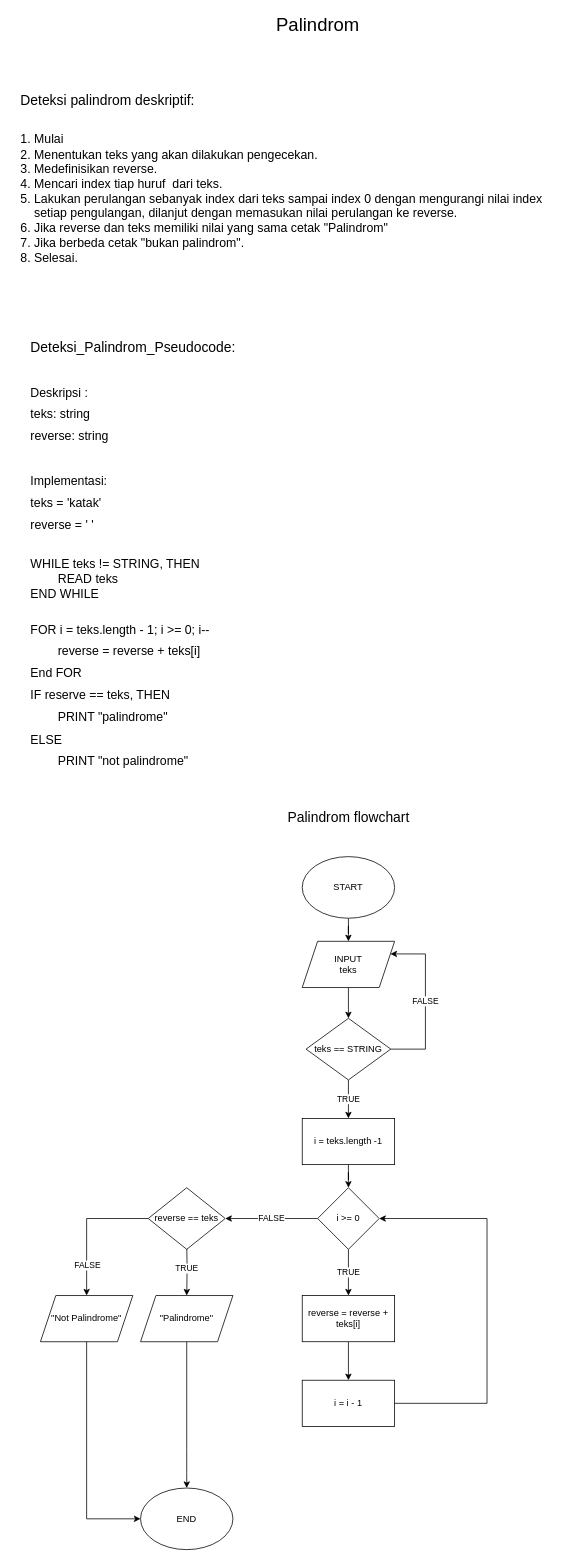
The draw.io diagram Palindrom.drawio in rintosaputro/fw5-algoritma, before the edit. Source tidied: cells renumbered, new cells numbered last; positions are measured from the earlier drawing's top-left corner, leaving out a move shared by most shapes. Both pictures are drawn from the tidied source at 77%, with x=0, y=0 at pixel (13, 13).
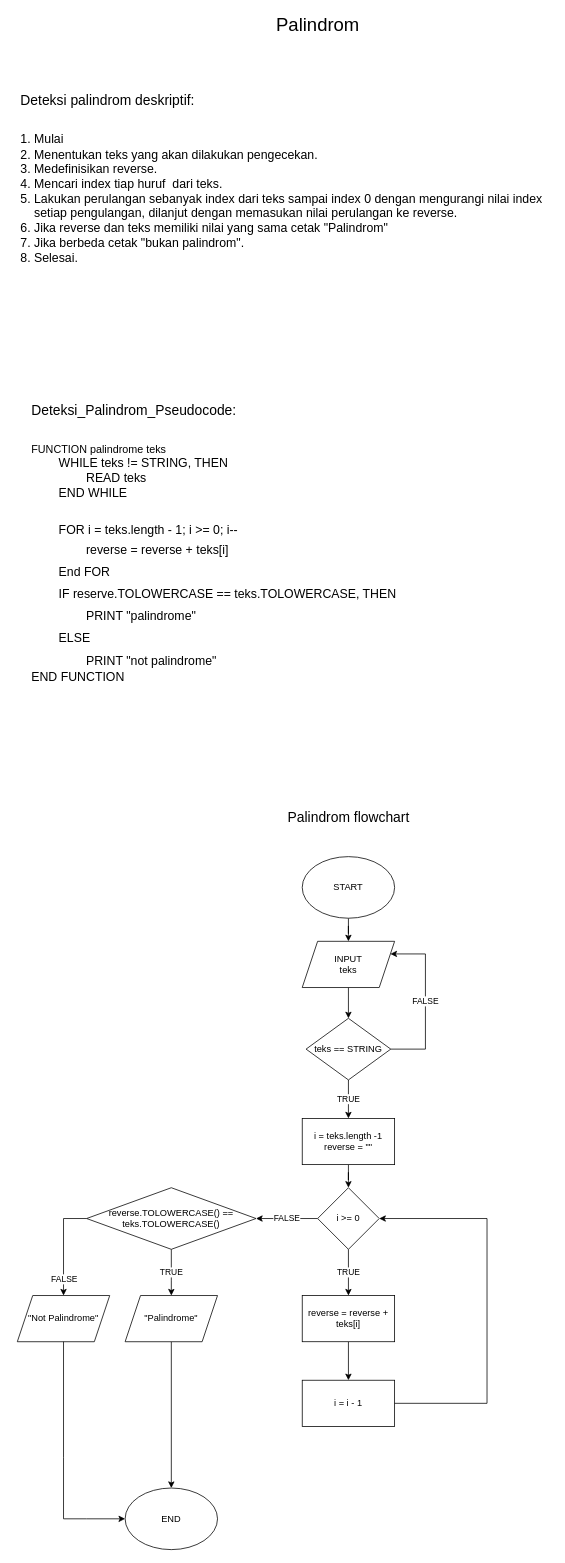
Above is the later version.

Commit message (it also covers changes not shown here):
perbaikan flowchart

What changed in the source:
```diff
@@
-    <mxCell id="7" value="i = teks.length -1" style="rounded=0;whiteSpace=wrap;html=1;" parent="1" vertex="1">
+    <mxCell id="7" value="i = teks.length -1&lt;br&gt;reverse = &quot;&quot;" style="rounded=0;whiteSpace=wrap;html=1;" parent="1" vertex="1">
       <mxGeometry x="375" y="1435" width="120" height="60" as="geometry" />
     </mxCell>
@@
-    <mxCell id="15" value="TRUE" style="edgeStyle=orthogonalEdgeStyle;rounded=0;jettySize=auto;html=1;" parent="1" edge="1" target="16">
+    <mxCell id="15" value="TRUE" style="edgeStyle=orthogonalEdgeStyle;rounded=0;jettySize=auto;html=1;exitX=0.5;exitY=1;exitDx=0;exitDy=0;" parent="1" edge="1" source="24" target="16">
       <mxGeometry relative="1" as="geometry">
-        <mxPoint x="225" y="1595" as="sourcePoint" />
+        <Array as="points">
+          <mxPoint x="205" y="1645" />
+          <mxPoint x="205" y="1645" />
+        </Array>
       </mxGeometry>
     </mxCell>
+    <mxCell id="21" style="edgeStyle=orthogonalEdgeStyle;rounded=0;jettySize=auto;html=1;" parent="1" edge="1" source="16" target="20">
+      <mxGeometry relative="1" as="geometry" />
+    </mxCell>
     <mxCell id="16" value="&quot;Palindrome&quot;" style="shape=parallelogram;perimeter=parallelogramPerimeter;whiteSpace=wrap;html=1;fixedSize=1;" parent="1" vertex="1">
-      <mxGeometry x="165" y="1665" width="120" height="60" as="geometry" />
+      <mxGeometry x="145" y="1665" width="120" height="60" as="geometry" />
     </mxCell>
     <mxCell id="17" value="&quot;Not Palindrome&quot;" style="shape=parallelogram;perimeter=parallelogramPerimeter;whiteSpace=wrap;html=1;fixedSize=1;" parent="1" vertex="1">
-      <mxGeometry x="35" y="1665" width="120" height="60" as="geometry" />
+      <mxGeometry x="5" y="1665" width="120" height="60" as="geometry" />
     </mxCell>
     <mxCell id="18" style="endArrow=classic;html=1;rounded=0;exitX=0;exitY=0.5;exitDx=0;exitDy=0;" parent="1" edge="1" source="24" target="17">
       <mxGeometry relative="1" as="geometry">
         <Array as="points">
           <mxPoint x="95" y="1565" />
+          <mxPoint x="65" y="1565" />
         </Array>
       </mxGeometry>
     </mxCell>
@@
     <mxCell id="20" value="END" style="ellipse;whiteSpace=wrap;html=1;" parent="1" vertex="1">
-      <mxGeometry x="165" y="1915" width="120" height="80" as="geometry" />
+      <mxGeometry x="145" y="1915" width="120" height="80" as="geometry" />
     </mxCell>
-    <mxCell id="21" style="endArrow=classic;html=1;rounded=0;exitX=0.5;exitY=1;exitDx=0;exitDy=0;entryX=0.5;entryY=0;entryDx=0;entryDy=0;" parent="1" edge="1" source="16" target="20">
-      <mxGeometry relative="1" as="geometry">
-        <Array as="points">
-          <mxPoint x="225" y="1865" />
-          <mxPoint x="225" y="1875" />
-          <mxPoint x="225" y="1895" />
-        </Array>
-      </mxGeometry>
-    </mxCell>
     <mxCell id="22" style="endArrow=classic;html=1;rounded=0;exitX=0.5;exitY=1;exitDx=0;exitDy=0;entryX=0;entryY=0.5;entryDx=0;entryDy=0;" parent="1" edge="1" source="17" target="20">
       <mxGeometry relative="1" as="geometry">
         <Array as="points">
+          <mxPoint x="65" y="1875" />
+          <mxPoint x="65" y="1955" />
           <mxPoint x="95" y="1955" />
         </Array>
       </mxGeometry>
     </mxCell>
@@
-    <mxCell id="24" value="reverse == teks" style="rhombus;whiteSpace=wrap;html=1;" parent="1" vertex="1">
-      <mxGeometry x="175" y="1525" width="100" height="80" as="geometry" />
+    <mxCell id="24" value="reverse.TOLOWERCASE() == teks.TOLOWERCASE()" style="rhombus;whiteSpace=wrap;html=1;" parent="1" vertex="1">
+      <mxGeometry x="95" y="1525" width="220" height="80" as="geometry" />
     </mxCell>
-    <mxCell id="25" value="&lt;div style=&quot;font-size: 24px ; text-align: left&quot;&gt;&lt;font style=&quot;font-size: 18px&quot;&gt;Deteksi_Palindrom_Pseudocode:&lt;/font&gt;&lt;/div&gt;&lt;div style=&quot;font-size: 24px ; text-align: left&quot;&gt;&lt;font size=&quot;3&quot;&gt;&lt;br&gt;&lt;/font&gt;&lt;/div&gt;&lt;div style=&quot;font-size: 24px ; text-align: left&quot;&gt;&lt;font size=&quot;3&quot;&gt;Deskripsi :&amp;nbsp;&lt;/font&gt;&lt;/div&gt;&lt;div style=&quot;font-size: 24px ; text-align: left&quot;&gt;&lt;font size=&quot;3&quot;&gt;teks: string&lt;/font&gt;&lt;/div&gt;&lt;div style=&quot;font-size: 24px ; text-align: left&quot;&gt;&lt;font size=&quot;3&quot;&gt;reverse: string&lt;/font&gt;&lt;/div&gt;&lt;div style=&quot;font-size: 24px ; text-align: left&quot;&gt;&lt;font size=&quot;3&quot;&gt;&lt;br&gt;&lt;/font&gt;&lt;/div&gt;&lt;div style=&quot;font-size: 24px ; text-align: left&quot;&gt;&lt;font size=&quot;3&quot;&gt;Implementasi:&lt;/font&gt;&lt;/div&gt;&lt;div style=&quot;font-size: 24px ; text-align: left&quot;&gt;&lt;font size=&quot;3&quot;&gt;teks = 'katak'&lt;/font&gt;&lt;/div&gt;&lt;div style=&quot;font-size: 24px ; text-align: left&quot;&gt;&lt;font size=&quot;3&quot;&gt;reverse = ' '&lt;/font&gt;&lt;/div&gt;&lt;div style=&quot;font-size: 24px ; text-align: left&quot;&gt;&lt;br&gt;&lt;/div&gt;&lt;div style=&quot;text-align: left&quot;&gt;&lt;font size=&quot;3&quot;&gt;WHILE teks != STRING, THEN&lt;/font&gt;&lt;/div&gt;&lt;div style=&quot;text-align: left&quot;&gt;&lt;font size=&quot;3&quot;&gt;&lt;span&gt;&#9;&lt;/span&gt;&lt;span style=&quot;white-space: pre&quot;&gt;&#9;&lt;/span&gt;READ teks&lt;/font&gt;&lt;/div&gt;&lt;div style=&quot;text-align: left&quot;&gt;&lt;span style=&quot;font-size: medium&quot;&gt;END WHILE&lt;/span&gt;&lt;/div&gt;&lt;div style=&quot;font-size: 24px ; text-align: left&quot;&gt;&lt;font size=&quot;3&quot;&gt;&lt;br&gt;&lt;/font&gt;&lt;/div&gt;&lt;div style=&quot;font-size: 24px ; text-align: left&quot;&gt;&lt;div style=&quot;font-size: 12px&quot;&gt;&lt;span style=&quot;font-size: medium&quot;&gt;FOR i = teks.length - 1; i &amp;gt;= 0; i--&amp;nbsp;&lt;/span&gt;&lt;/div&gt;&lt;div&gt;&lt;font size=&quot;3&quot;&gt;&lt;span&gt;&#9;&lt;/span&gt;&lt;span style=&quot;white-space: pre&quot;&gt;&#9;&lt;/span&gt;reverse = reverse + teks[i]&amp;nbsp;&lt;/font&gt;&lt;/div&gt;&lt;div&gt;&lt;font size=&quot;3&quot;&gt;End FOR&lt;/font&gt;&lt;/div&gt;&lt;div&gt;&lt;div&gt;&lt;font size=&quot;3&quot;&gt;IF reserve == teks, THEN&lt;/font&gt;&lt;/div&gt;&lt;div&gt;&lt;font size=&quot;3&quot;&gt;&lt;span&gt;&#9;&lt;/span&gt;&lt;span style=&quot;white-space: pre&quot;&gt;&#9;&lt;/span&gt;PRINT &quot;palindrome&quot;&lt;br&gt;&lt;/font&gt;&lt;/div&gt;&lt;div&gt;&lt;font size=&quot;3&quot;&gt;ELSE&lt;/font&gt;&lt;/div&gt;&lt;div&gt;&lt;font size=&quot;3&quot;&gt;&lt;span&gt;&#9;&lt;/span&gt;&lt;span style=&quot;white-space: pre&quot;&gt;&#9;&lt;/span&gt;PRINT &quot;not palindrome&quot;&lt;/font&gt;&lt;/div&gt;&lt;/div&gt;&lt;/div&gt;&lt;div style=&quot;font-size: 24px ; text-align: left&quot;&gt;&lt;br&gt;&lt;/div&gt;" style="text;html=1;align=center;verticalAlign=middle;strokeColor=none;fillColor=none;" parent="1" vertex="1">
-      <mxGeometry x="15" y="535" width="280" height="360" as="geometry" />
+    <mxCell id="25" value="&lt;div style=&quot;font-size: 24px ; text-align: left&quot;&gt;&lt;font style=&quot;font-size: 18px&quot;&gt;Deteksi_Palindrom_Pseudocode:&lt;/font&gt;&lt;/div&gt;&lt;div style=&quot;font-size: 24px ; text-align: left&quot;&gt;&lt;br&gt;&lt;/div&gt;&lt;div style=&quot;font-size: 14px ; text-align: left&quot;&gt;FUNCTION palindrome teks&lt;/div&gt;&lt;div style=&quot;text-align: left&quot;&gt;&lt;font size=&quot;3&quot;&gt;&lt;span style=&quot;white-space: pre&quot;&gt;&#9;&lt;/span&gt;WHILE teks != STRING, THEN&lt;/font&gt;&lt;/div&gt;&lt;div style=&quot;text-align: left&quot;&gt;&lt;font size=&quot;3&quot;&gt;&lt;span&gt;&#9;&lt;/span&gt;&lt;span style=&quot;white-space: pre&quot;&gt;&#9;&lt;span style=&quot;white-space: pre&quot;&gt;&#9;&lt;/span&gt;&lt;/span&gt;READ teks&lt;/font&gt;&lt;/div&gt;&lt;div style=&quot;text-align: left&quot;&gt;&lt;span style=&quot;font-size: medium&quot;&gt;&lt;span style=&quot;white-space: pre&quot;&gt;&#9;&lt;/span&gt;END WHILE&lt;/span&gt;&lt;/div&gt;&lt;div style=&quot;font-size: 24px ; text-align: left&quot;&gt;&lt;font size=&quot;3&quot;&gt;&lt;br&gt;&lt;/font&gt;&lt;/div&gt;&lt;div style=&quot;text-align: left&quot;&gt;&lt;div style=&quot;font-size: 12px&quot;&gt;&lt;span style=&quot;font-size: medium&quot;&gt;&lt;span style=&quot;white-space: pre&quot;&gt;&#9;&lt;/span&gt;FOR i = teks.length - 1; i &amp;gt;= 0; i--&amp;nbsp;&lt;/span&gt;&lt;/div&gt;&lt;div style=&quot;font-size: 24px&quot;&gt;&lt;font size=&quot;3&quot;&gt;&lt;span&gt;&#9;&lt;/span&gt;&lt;span style=&quot;white-space: pre&quot;&gt;&#9;&lt;span style=&quot;white-space: pre&quot;&gt;&#9;&lt;/span&gt;&lt;/span&gt;reverse = reverse + teks[i]&amp;nbsp;&lt;/font&gt;&lt;/div&gt;&lt;div style=&quot;font-size: 24px&quot;&gt;&lt;font size=&quot;3&quot;&gt;&lt;span style=&quot;white-space: pre&quot;&gt;&#9;&lt;/span&gt;End FOR&lt;/font&gt;&lt;/div&gt;&lt;div style=&quot;font-size: 24px&quot;&gt;&lt;div&gt;&lt;font size=&quot;3&quot;&gt;&lt;span style=&quot;white-space: pre&quot;&gt;&#9;&lt;/span&gt;IF reserve.TOLOWERCASE == teks.TOLOWERCASE, THEN&lt;/font&gt;&lt;/div&gt;&lt;div&gt;&lt;font size=&quot;3&quot;&gt;&lt;span&gt;&#9;&lt;/span&gt;&lt;span style=&quot;white-space: pre&quot;&gt;&#9;&lt;span style=&quot;white-space: pre&quot;&gt;&#9;&lt;/span&gt;&lt;/span&gt;PRINT &quot;palindrome&quot;&lt;br&gt;&lt;/font&gt;&lt;/div&gt;&lt;div&gt;&lt;font size=&quot;3&quot;&gt;&lt;span style=&quot;white-space: pre&quot;&gt;&#9;&lt;/span&gt;ELSE&lt;/font&gt;&lt;/div&gt;&lt;div&gt;&lt;font size=&quot;3&quot;&gt;&lt;span&gt;&#9;&lt;/span&gt;&lt;span style=&quot;white-space: pre&quot;&gt;&#9;&lt;span style=&quot;white-space: pre&quot;&gt;&#9;&lt;/span&gt;&lt;/span&gt;PRINT &quot;not palindrome&quot;&lt;/font&gt;&lt;/div&gt;&lt;/div&gt;&lt;div&gt;&lt;font size=&quot;3&quot;&gt;END FUNCTION&lt;/font&gt;&lt;/div&gt;&lt;/div&gt;&lt;div style=&quot;font-size: 24px ; text-align: left&quot;&gt;&lt;br&gt;&lt;/div&gt;" style="text;html=1;align=center;verticalAlign=middle;strokeColor=none;fillColor=none;" parent="1" vertex="1">
+      <mxGeometry x="15" y="575" width="490" height="250" as="geometry" />
     </mxCell>
```
